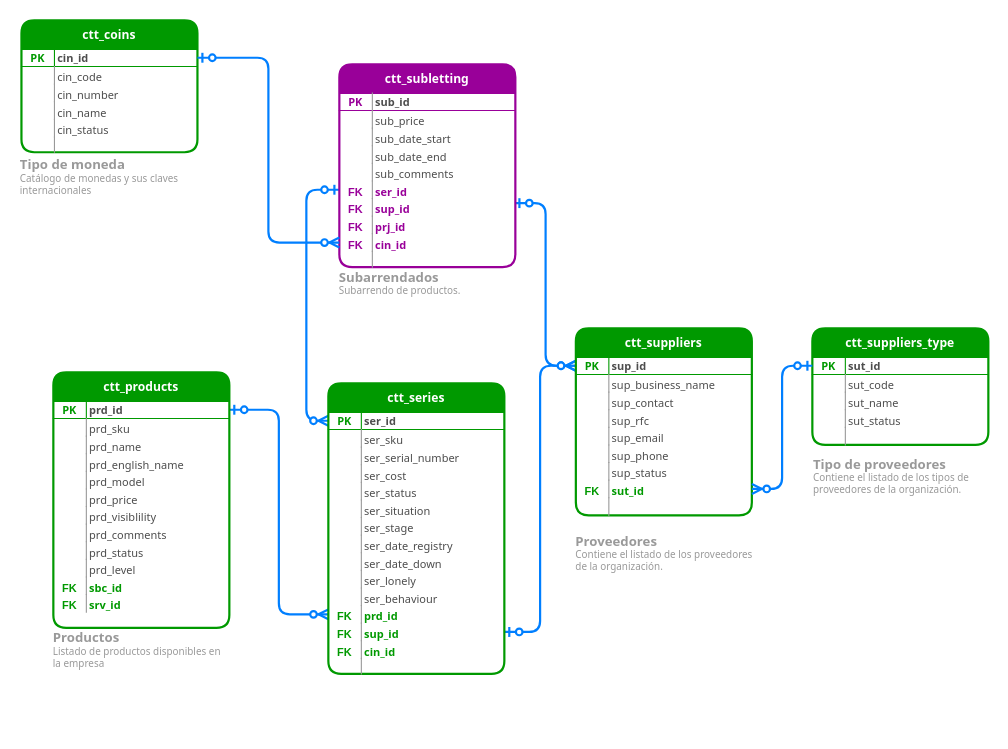
The draw.io diagram page "Subarrendos" (4 of 6) of _desarrollo/archivos_info/CTTRentals entidad relacion.drawio in juarezjorr/TesteoCire, before the edit. Source tidied: cells renumbered, new cells numbered last; positions are measured from the earlier drawing's top-left corner, leaving out a move shared by most shapes. Both pictures are drawn from the tidied source at 110%, with x=0, y=0 at pixel (20, 20).
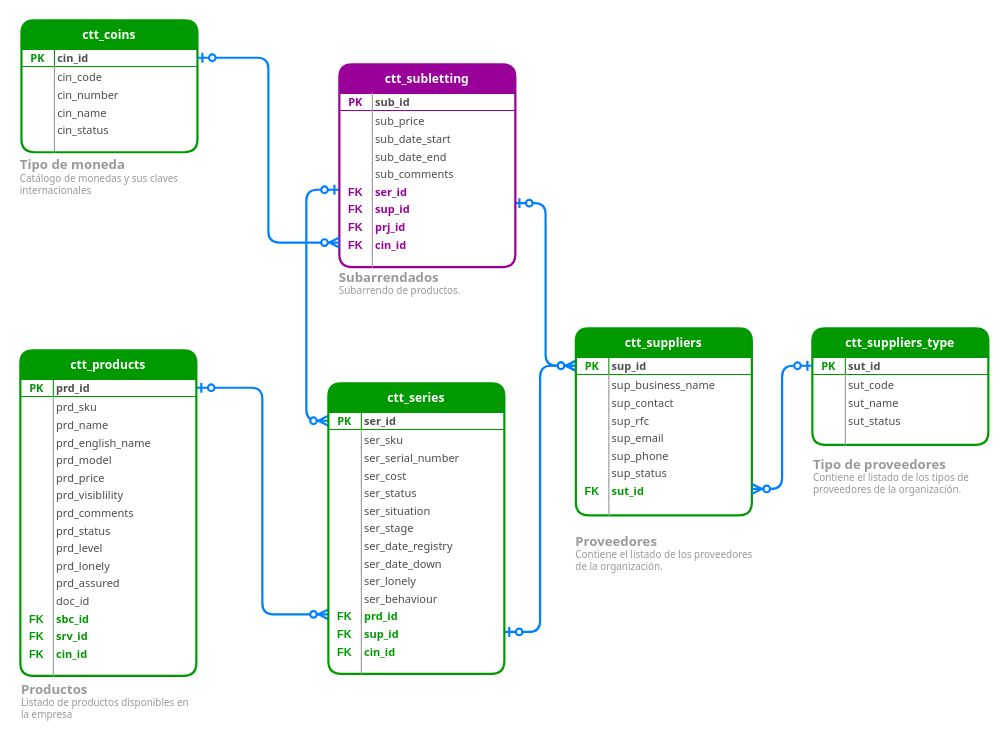
After the change.

The edit, as a diff of the source:
```diff
@@
-    <mxCell id="29" style="group;" parent="1" vertex="1">
-      <mxGeometry x="30" y="320" width="160" height="273.3" as="geometry" />
-    </mxCell>
-    <mxCell id="30" value="&lt;h4&gt;&lt;font style=&quot;line-height: 0%&quot;&gt;&lt;span style=&quot;font-size: 12px&quot;&gt;Productos&lt;br&gt;&lt;/span&gt;&lt;/font&gt;&lt;span style=&quot;font-weight: 400&quot;&gt;Listado de productos disponibles en la empresa&lt;/span&gt;&lt;/h4&gt;" style="text;html=1;strokeColor=none;fillColor=none;spacing=0;spacingTop=-13;whiteSpace=wrap;overflow=hidden;rounded=0;fontFamily=Tahoma;fontSize=9;fontColor=#999999;fontStyle=0;" parent="29" vertex="1">
-      <mxGeometry y="234" width="160" height="39.3" as="geometry" />
-    </mxCell>
-    <mxCell id="31" style="group;" parent="29" vertex="1">
-      <mxGeometry width="160" height="232.3" as="geometry" />
-    </mxCell>
-    <mxCell id="32" value="ctt_products" style="swimlane;fontStyle=1;horizontal=1;startSize=26;swimlaneFillColor=#ffffff;align=center;fontSize=11;strokeWidth=2;rounded=1;fontColor=#FFFFFF;fontFamily=Tahoma;fillColor=#009900;strokeColor=#009900;" parent="31" vertex="1">
-      <mxGeometry width="160" height="232.3" as="geometry" />
-    </mxCell>
-    <mxCell id="33" value="prd_id" style="shape=partialRectangle;top=0;left=0;right=0;bottom=1;align=left;verticalAlign=middle;fillColor=none;spacingLeft=33;spacingRight=0;overflow=hidden;points=[[0,0.5],[1,0.5]];portConstraint=eastwest;fontStyle=1;fontSize=10;fontFamily=Tahoma;strokeColor=#009900;spacing=0;fontColor=#4D4D4D;" parent="31" vertex="1">
-      <mxGeometry y="26" width="160" height="16" as="geometry" />
-    </mxCell>
-    <mxCell id="34" value="PK" style="shape=partialRectangle;top=0;left=0;bottom=0;fillColor=none;align=center;verticalAlign=middle;spacingLeft=0;spacingRight=0;overflow=hidden;fontSize=10;fontFamily=Tahoma;fontStyle=1;strokeColor=#009900;fontColor=#009900;spacing=0;" parent="33" vertex="1">
-      <mxGeometry width="30" height="16" as="geometry" />
-    </mxCell>
-    <mxCell id="35" value="prd_sku" style="shape=partialRectangle;top=0;left=0;right=0;bottom=0;align=left;verticalAlign=top;fillColor=none;spacingLeft=33;spacingRight=0;overflow=hidden;fontSize=10;fontFamily=Tahoma;spacing=0;dashed=1;strokeColor=#80A9E3;fontColor=#4D4D4D;" parent="31" vertex="1">
-      <mxGeometry y="42" width="160" height="16" as="geometry" />
-    </mxCell>
-    <mxCell id="36" style="shape=partialRectangle;top=0;left=0;bottom=0;fillColor=none;align=left;verticalAlign=top;spacingLeft=4;spacingRight=4;overflow=hidden;fontSize=12;strokeColor=#999999;" parent="35" vertex="1">
-      <mxGeometry width="30" height="16" as="geometry" />
-    </mxCell>
-    <mxCell id="37" value="prd_name" style="shape=partialRectangle;top=0;left=0;right=0;bottom=0;align=left;verticalAlign=top;fillColor=none;spacingLeft=33;spacingRight=0;overflow=hidden;fontSize=10;fontFamily=Tahoma;spacing=0;dashed=1;strokeColor=#80A9E3;fontColor=#4D4D4D;" parent="31" vertex="1">
-      <mxGeometry y="58" width="160" height="16" as="geometry" />
-    </mxCell>
-    <mxCell id="38" style="shape=partialRectangle;top=0;left=0;bottom=0;fillColor=none;align=left;verticalAlign=top;spacingLeft=4;spacingRight=4;overflow=hidden;fontSize=12;strokeColor=#999999;" parent="37" vertex="1">
-      <mxGeometry width="30" height="16" as="geometry" />
-    </mxCell>
-    <mxCell id="39" value="prd_english_name" style="shape=partialRectangle;top=0;left=0;right=0;bottom=0;align=left;verticalAlign=top;fillColor=none;spacingLeft=33;spacingRight=0;overflow=hidden;fontSize=10;fontFamily=Tahoma;spacing=0;dashed=1;strokeColor=#80A9E3;fontColor=#4D4D4D;" parent="31" vertex="1">
-      <mxGeometry y="74" width="160" height="16" as="geometry" />
-    </mxCell>
-    <mxCell id="40" style="shape=partialRectangle;top=0;left=0;bottom=0;fillColor=none;align=left;verticalAlign=top;spacingLeft=4;spacingRight=4;overflow=hidden;fontSize=12;strokeColor=#999999;" parent="39" vertex="1">
-      <mxGeometry width="30" height="16" as="geometry" />
-    </mxCell>
-    <mxCell id="41" value="prd_model" style="shape=partialRectangle;top=0;left=0;right=0;bottom=0;align=left;verticalAlign=top;fillColor=none;spacingLeft=33;spacingRight=0;overflow=hidden;fontSize=10;fontFamily=Tahoma;spacing=0;dashed=1;strokeColor=#80A9E3;fontColor=#4D4D4D;" parent="31" vertex="1">
-      <mxGeometry y="90" width="160" height="16" as="geometry" />
-    </mxCell>
-    <mxCell id="42" style="shape=partialRectangle;top=0;left=0;bottom=0;fillColor=none;align=left;verticalAlign=top;spacingLeft=4;spacingRight=4;overflow=hidden;fontSize=12;strokeColor=#999999;" parent="41" vertex="1">
-      <mxGeometry width="30" height="16" as="geometry" />
-    </mxCell>
-    <mxCell id="43" value="prd_price" style="shape=partialRectangle;top=0;left=0;right=0;bottom=0;align=left;verticalAlign=top;fillColor=none;spacingLeft=33;spacingRight=0;overflow=hidden;fontSize=10;fontFamily=Tahoma;spacing=0;dashed=1;strokeColor=#80A9E3;fontColor=#4D4D4D;" parent="31" vertex="1">
-      <mxGeometry y="106" width="160" height="16" as="geometry" />
-    </mxCell>
-    <mxCell id="44" style="shape=partialRectangle;top=0;left=0;bottom=0;fillColor=none;align=left;verticalAlign=top;spacingLeft=4;spacingRight=4;overflow=hidden;fontSize=12;strokeColor=#999999;" parent="43" vertex="1">
-      <mxGeometry width="30" height="16" as="geometry" />
-    </mxCell>
-    <mxCell id="45" value="prd_visiblility" style="shape=partialRectangle;top=0;left=0;right=0;bottom=0;align=left;verticalAlign=top;fillColor=none;spacingLeft=33;spacingRight=0;overflow=hidden;fontSize=10;fontFamily=Tahoma;spacing=0;dashed=1;strokeColor=#80A9E3;fontColor=#4D4D4D;" parent="31" vertex="1">
-      <mxGeometry y="122" width="160" height="16" as="geometry" />
-    </mxCell>
-    <mxCell id="46" style="shape=partialRectangle;top=0;left=0;bottom=0;fillColor=none;align=left;verticalAlign=top;spacingLeft=4;spacingRight=4;overflow=hidden;fontSize=12;strokeColor=#999999;" parent="45" vertex="1">
-      <mxGeometry width="30" height="16" as="geometry" />
-    </mxCell>
-    <mxCell id="47" value="prd_comments" style="shape=partialRectangle;top=0;left=0;right=0;bottom=0;align=left;verticalAlign=top;fillColor=none;spacingLeft=33;spacingRight=0;overflow=hidden;fontSize=10;fontFamily=Tahoma;spacing=0;dashed=1;strokeColor=#80A9E3;fontColor=#4D4D4D;" parent="31" vertex="1">
-      <mxGeometry y="138" width="160" height="16" as="geometry" />
-    </mxCell>
-    <mxCell id="48" style="shape=partialRectangle;top=0;left=0;bottom=0;fillColor=none;align=left;verticalAlign=top;spacingLeft=4;spacingRight=4;overflow=hidden;fontSize=12;strokeColor=#999999;" parent="47" vertex="1">
-      <mxGeometry width="30" height="16" as="geometry" />
-    </mxCell>
-    <mxCell id="49" value="prd_status" style="shape=partialRectangle;top=0;left=0;right=0;bottom=0;align=left;verticalAlign=top;fillColor=none;spacingLeft=33;spacingRight=0;overflow=hidden;fontSize=10;fontFamily=Tahoma;spacing=0;dashed=1;strokeColor=#80A9E3;fontColor=#4D4D4D;" parent="31" vertex="1">
-      <mxGeometry y="154" width="160" height="16" as="geometry" />
-    </mxCell>
-    <mxCell id="50" style="shape=partialRectangle;top=0;left=0;bottom=0;fillColor=none;align=left;verticalAlign=top;spacingLeft=4;spacingRight=4;overflow=hidden;fontSize=12;strokeColor=#999999;" parent="49" vertex="1">
-      <mxGeometry width="30" height="16" as="geometry" />
-    </mxCell>
-    <mxCell id="51" value="prd_level" style="shape=partialRectangle;top=0;left=0;right=0;bottom=0;align=left;verticalAlign=top;fillColor=none;spacingLeft=33;spacingRight=0;overflow=hidden;fontSize=10;fontFamily=Tahoma;spacing=0;dashed=1;strokeColor=#80A9E3;fontColor=#4D4D4D;" parent="31" vertex="1">
-      <mxGeometry y="170" width="160" height="16" as="geometry" />
-    </mxCell>
-    <mxCell id="52" style="shape=partialRectangle;top=0;left=0;bottom=0;fillColor=none;align=left;verticalAlign=top;spacingLeft=4;spacingRight=4;overflow=hidden;fontSize=12;strokeColor=#999999;" parent="51" vertex="1">
-      <mxGeometry width="30" height="16" as="geometry" />
-    </mxCell>
-    <mxCell id="53" value="sbc_id" style="shape=partialRectangle;top=0;left=0;right=0;bottom=0;align=left;verticalAlign=top;fillColor=none;spacingLeft=33;spacingRight=0;overflow=hidden;fontSize=10;fontFamily=Tahoma;spacing=0;fontStyle=1;fontColor=#009900;" parent="31" vertex="1">
-      <mxGeometry y="186" width="160" height="16" as="geometry" />
-    </mxCell>
-    <mxCell id="54" value="FK" style="shape=partialRectangle;top=0;left=0;bottom=0;fillColor=none;align=center;verticalAlign=top;spacingLeft=0;spacingRight=0;overflow=hidden;fontSize=10;fontStyle=1;strokeColor=#999999;fontColor=#009900;spacing=0;" parent="53" vertex="1">
-      <mxGeometry width="30" height="16" as="geometry" />
-    </mxCell>
-    <mxCell id="55" value="srv_id" style="shape=partialRectangle;top=0;left=0;right=0;bottom=0;align=left;verticalAlign=top;fillColor=none;spacingLeft=33;spacingRight=0;overflow=hidden;fontSize=10;fontFamily=Tahoma;spacing=0;fontStyle=1;fontColor=#009900;" parent="31" vertex="1">
-      <mxGeometry y="202" width="160" height="16" as="geometry" />
-    </mxCell>
-    <mxCell id="56" value="FK" style="shape=partialRectangle;top=0;left=0;bottom=0;fillColor=none;align=center;verticalAlign=top;spacingLeft=0;spacingRight=0;overflow=hidden;fontSize=10;fontStyle=1;strokeColor=#999999;fontColor=#009900;spacing=0;" parent="55" vertex="1">
-      <mxGeometry width="30" height="16" as="geometry" />
-    </mxCell>
@@
+    <mxCell id="139" style="group;" parent="1" vertex="1">
+      <mxGeometry y="300" width="160.5" height="340.3" as="geometry" />
+    </mxCell>
+    <mxCell id="30" value="&lt;h4&gt;&lt;font style=&quot;line-height: 0%&quot;&gt;&lt;span style=&quot;font-size: 12px&quot;&gt;Productos&lt;br&gt;&lt;/span&gt;&lt;/font&gt;&lt;span style=&quot;font-weight: 400&quot;&gt;Listado de productos disponibles en la empresa&lt;/span&gt;&lt;/h4&gt;" style="text;html=1;strokeColor=none;fillColor=none;spacing=0;spacingTop=-13;whiteSpace=wrap;overflow=hidden;rounded=0;fontFamily=Tahoma;fontSize=9;fontColor=#999999;fontStyle=0;" parent="139" vertex="1">
+      <mxGeometry x="0.5" y="301" width="160" height="39.3" as="geometry" />
+    </mxCell>
+    <mxCell id="32" value="ctt_products" style="swimlane;fontStyle=1;horizontal=1;startSize=26;swimlaneFillColor=#ffffff;align=center;fontSize=11;strokeWidth=2;rounded=1;fontColor=#FFFFFF;fontFamily=Tahoma;fillColor=#009900;strokeColor=#009900;" parent="139" vertex="1">
+      <mxGeometry width="160" height="295.9" as="geometry" />
+    </mxCell>
+    <mxCell id="33" value="prd_id" style="shape=partialRectangle;top=0;left=0;right=0;bottom=1;align=left;verticalAlign=middle;fillColor=none;spacingLeft=33;spacingRight=0;overflow=hidden;points=[[0,0.5],[1,0.5]];portConstraint=eastwest;fontStyle=1;fontSize=10;fontFamily=Tahoma;strokeColor=#009900;spacing=0;fontColor=#4D4D4D;" parent="32" vertex="1">
+      <mxGeometry y="26" width="160" height="16" as="geometry" />
+    </mxCell>
+    <mxCell id="34" value="PK" style="shape=partialRectangle;top=0;left=0;bottom=0;fillColor=none;align=center;verticalAlign=middle;spacingLeft=0;spacingRight=0;overflow=hidden;fontSize=10;fontFamily=Tahoma;fontStyle=1;strokeColor=#009900;fontColor=#009900;spacing=0;" parent="33" vertex="1">
+      <mxGeometry width="30" height="16" as="geometry" />
+    </mxCell>
+    <mxCell id="35" value="prd_sku" style="shape=partialRectangle;top=0;left=0;right=0;bottom=0;align=left;verticalAlign=top;fillColor=none;spacingLeft=33;spacingRight=0;overflow=hidden;fontSize=10;fontFamily=Tahoma;spacing=0;dashed=1;strokeColor=#80A9E3;fontColor=#4D4D4D;" parent="32" vertex="1">
+      <mxGeometry y="42" width="160" height="16" as="geometry" />
+    </mxCell>
+    <mxCell id="140" style="shape=partialRectangle;top=0;left=0;bottom=0;fillColor=none;align=left;verticalAlign=top;spacingLeft=4;spacingRight=4;overflow=hidden;fontSize=12;strokeColor=#999999;" parent="35" vertex="1">
+      <mxGeometry width="30" height="16" as="geometry" />
+    </mxCell>
+    <mxCell id="37" value="prd_name" style="shape=partialRectangle;top=0;left=0;right=0;bottom=0;align=left;verticalAlign=top;fillColor=none;spacingLeft=33;spacingRight=0;overflow=hidden;fontSize=10;fontFamily=Tahoma;spacing=0;dashed=1;strokeColor=#80A9E3;fontColor=#4D4D4D;" parent="32" vertex="1">
+      <mxGeometry y="58" width="160" height="16" as="geometry" />
+    </mxCell>
+    <mxCell id="141" style="shape=partialRectangle;top=0;left=0;bottom=0;fillColor=none;align=left;verticalAlign=top;spacingLeft=4;spacingRight=4;overflow=hidden;fontSize=12;strokeColor=#999999;" parent="37" vertex="1">
+      <mxGeometry width="30" height="16" as="geometry" />
+    </mxCell>
+    <mxCell id="39" value="prd_english_name" style="shape=partialRectangle;top=0;left=0;right=0;bottom=0;align=left;verticalAlign=top;fillColor=none;spacingLeft=33;spacingRight=0;overflow=hidden;fontSize=10;fontFamily=Tahoma;spacing=0;dashed=1;strokeColor=#80A9E3;fontColor=#4D4D4D;" parent="32" vertex="1">
+      <mxGeometry y="74" width="160" height="16" as="geometry" />
+    </mxCell>
+    <mxCell id="142" style="shape=partialRectangle;top=0;left=0;bottom=0;fillColor=none;align=left;verticalAlign=top;spacingLeft=4;spacingRight=4;overflow=hidden;fontSize=12;strokeColor=#999999;" parent="39" vertex="1">
+      <mxGeometry width="30" height="16" as="geometry" />
+    </mxCell>
+    <mxCell id="41" value="prd_model" style="shape=partialRectangle;top=0;left=0;right=0;bottom=0;align=left;verticalAlign=top;fillColor=none;spacingLeft=33;spacingRight=0;overflow=hidden;fontSize=10;fontFamily=Tahoma;spacing=0;dashed=1;strokeColor=#80A9E3;fontColor=#4D4D4D;" parent="32" vertex="1">
+      <mxGeometry y="90" width="160" height="16" as="geometry" />
+    </mxCell>
+    <mxCell id="143" style="shape=partialRectangle;top=0;left=0;bottom=0;fillColor=none;align=left;verticalAlign=top;spacingLeft=4;spacingRight=4;overflow=hidden;fontSize=12;strokeColor=#999999;" parent="41" vertex="1">
+      <mxGeometry width="30" height="16" as="geometry" />
+    </mxCell>
+    <mxCell id="43" value="prd_price" style="shape=partialRectangle;top=0;left=0;right=0;bottom=0;align=left;verticalAlign=top;fillColor=none;spacingLeft=33;spacingRight=0;overflow=hidden;fontSize=10;fontFamily=Tahoma;spacing=0;dashed=1;strokeColor=#80A9E3;fontColor=#4D4D4D;" parent="32" vertex="1">
+      <mxGeometry y="106" width="160" height="16" as="geometry" />
+    </mxCell>
+    <mxCell id="144" style="shape=partialRectangle;top=0;left=0;bottom=0;fillColor=none;align=left;verticalAlign=top;spacingLeft=4;spacingRight=4;overflow=hidden;fontSize=12;strokeColor=#999999;" parent="43" vertex="1">
+      <mxGeometry width="30" height="16" as="geometry" />
+    </mxCell>
+    <mxCell id="45" value="prd_visiblility" style="shape=partialRectangle;top=0;left=0;right=0;bottom=0;align=left;verticalAlign=top;fillColor=none;spacingLeft=33;spacingRight=0;overflow=hidden;fontSize=10;fontFamily=Tahoma;spacing=0;dashed=1;strokeColor=#80A9E3;fontColor=#4D4D4D;" parent="32" vertex="1">
+      <mxGeometry y="122" width="160" height="16" as="geometry" />
+    </mxCell>
+    <mxCell id="145" style="shape=partialRectangle;top=0;left=0;bottom=0;fillColor=none;align=left;verticalAlign=top;spacingLeft=4;spacingRight=4;overflow=hidden;fontSize=12;strokeColor=#999999;" parent="45" vertex="1">
+      <mxGeometry width="30" height="16" as="geometry" />
+    </mxCell>
+    <mxCell id="47" value="prd_comments" style="shape=partialRectangle;top=0;left=0;right=0;bottom=0;align=left;verticalAlign=top;fillColor=none;spacingLeft=33;spacingRight=0;overflow=hidden;fontSize=10;fontFamily=Tahoma;spacing=0;dashed=1;strokeColor=#80A9E3;fontColor=#4D4D4D;" parent="32" vertex="1">
+      <mxGeometry y="138" width="160" height="16" as="geometry" />
+    </mxCell>
+    <mxCell id="146" style="shape=partialRectangle;top=0;left=0;bottom=0;fillColor=none;align=left;verticalAlign=top;spacingLeft=4;spacingRight=4;overflow=hidden;fontSize=12;strokeColor=#999999;" parent="47" vertex="1">
+      <mxGeometry width="30" height="16" as="geometry" />
+    </mxCell>
+    <mxCell id="49" value="prd_status" style="shape=partialRectangle;top=0;left=0;right=0;bottom=0;align=left;verticalAlign=top;fillColor=none;spacingLeft=33;spacingRight=0;overflow=hidden;fontSize=10;fontFamily=Tahoma;spacing=0;dashed=1;strokeColor=#80A9E3;fontColor=#4D4D4D;" parent="32" vertex="1">
+      <mxGeometry y="154" width="160" height="16" as="geometry" />
+    </mxCell>
+    <mxCell id="147" style="shape=partialRectangle;top=0;left=0;bottom=0;fillColor=none;align=left;verticalAlign=top;spacingLeft=4;spacingRight=4;overflow=hidden;fontSize=12;strokeColor=#999999;" parent="49" vertex="1">
+      <mxGeometry width="30" height="16" as="geometry" />
+    </mxCell>
+    <mxCell id="51" value="prd_level" style="shape=partialRectangle;top=0;left=0;right=0;bottom=0;align=left;verticalAlign=top;fillColor=none;spacingLeft=33;spacingRight=0;overflow=hidden;fontSize=10;fontFamily=Tahoma;spacing=0;dashed=1;strokeColor=#80A9E3;fontColor=#4D4D4D;" parent="32" vertex="1">
+      <mxGeometry y="170" width="160" height="16" as="geometry" />
+    </mxCell>
+    <mxCell id="148" style="shape=partialRectangle;top=0;left=0;bottom=0;fillColor=none;align=left;verticalAlign=top;spacingLeft=4;spacingRight=4;overflow=hidden;fontSize=12;strokeColor=#999999;" parent="51" vertex="1">
+      <mxGeometry width="30" height="16" as="geometry" />
+    </mxCell>
+    <mxCell id="149" value="prd_lonely" style="shape=partialRectangle;top=0;left=0;right=0;bottom=0;align=left;verticalAlign=top;fillColor=none;spacingLeft=33;spacingRight=0;overflow=hidden;fontSize=10;fontFamily=Tahoma;spacing=0;dashed=1;strokeColor=#80A9E3;fontColor=#4D4D4D;" parent="32" vertex="1">
+      <mxGeometry y="186" width="160" height="16" as="geometry" />
+    </mxCell>
+    <mxCell id="150" style="shape=partialRectangle;top=0;left=0;bottom=0;fillColor=none;align=left;verticalAlign=top;spacingLeft=4;spacingRight=4;overflow=hidden;fontSize=12;strokeColor=#999999;" parent="149" vertex="1">
+      <mxGeometry width="30" height="16" as="geometry" />
+    </mxCell>
+    <mxCell id="151" value="prd_assured" style="shape=partialRectangle;top=0;left=0;right=0;bottom=0;align=left;verticalAlign=top;fillColor=none;spacingLeft=33;spacingRight=0;overflow=hidden;fontSize=10;fontFamily=Tahoma;spacing=0;dashed=1;strokeColor=#80A9E3;fontColor=#4D4D4D;" parent="32" vertex="1">
+      <mxGeometry y="202" width="160" height="16" as="geometry" />
+    </mxCell>
+    <mxCell id="152" style="shape=partialRectangle;top=0;left=0;bottom=0;fillColor=none;align=left;verticalAlign=top;spacingLeft=4;spacingRight=4;overflow=hidden;fontSize=12;strokeColor=#999999;" parent="151" vertex="1">
+      <mxGeometry width="30" height="16" as="geometry" />
+    </mxCell>
+    <mxCell id="153" value="doc_id" style="shape=partialRectangle;top=0;left=0;right=0;bottom=0;align=left;verticalAlign=top;fillColor=none;spacingLeft=33;spacingRight=0;overflow=hidden;fontSize=10;fontFamily=Tahoma;spacing=0;dashed=1;strokeColor=#80A9E3;fontColor=#4D4D4D;" parent="32" vertex="1">
+      <mxGeometry y="218" width="160" height="16" as="geometry" />
+    </mxCell>
+    <mxCell id="154" style="shape=partialRectangle;top=0;left=0;bottom=0;fillColor=none;align=left;verticalAlign=top;spacingLeft=4;spacingRight=4;overflow=hidden;fontSize=12;strokeColor=#999999;" parent="153" vertex="1">
+      <mxGeometry width="30" height="16" as="geometry" />
+    </mxCell>
+    <mxCell id="53" value="sbc_id" style="shape=partialRectangle;top=0;left=0;right=0;bottom=0;align=left;verticalAlign=top;fillColor=none;spacingLeft=33;spacingRight=0;overflow=hidden;fontSize=10;fontFamily=Tahoma;spacing=0;fontStyle=1;fontColor=#009900;" parent="32" vertex="1">
+      <mxGeometry y="234" width="160" height="16" as="geometry" />
+    </mxCell>
+    <mxCell id="155" value="FK" style="shape=partialRectangle;top=0;left=0;bottom=0;fillColor=none;align=center;verticalAlign=top;spacingLeft=0;spacingRight=0;overflow=hidden;fontSize=10;fontStyle=1;strokeColor=#999999;fontColor=#009900;spacing=0;" parent="53" vertex="1">
+      <mxGeometry width="30" height="16" as="geometry" />
+    </mxCell>
+    <mxCell id="55" value="srv_id" style="shape=partialRectangle;top=0;left=0;right=0;bottom=0;align=left;verticalAlign=top;fillColor=none;spacingLeft=33;spacingRight=0;overflow=hidden;fontSize=10;fontFamily=Tahoma;spacing=0;fontStyle=1;fontColor=#009900;" parent="32" vertex="1">
+      <mxGeometry y="250" width="160" height="16" as="geometry" />
+    </mxCell>
+    <mxCell id="156" value="FK" style="shape=partialRectangle;top=0;left=0;bottom=0;fillColor=none;align=center;verticalAlign=top;spacingLeft=0;spacingRight=0;overflow=hidden;fontSize=10;fontStyle=1;strokeColor=#999999;fontColor=#009900;spacing=0;" parent="55" vertex="1">
+      <mxGeometry width="30" height="16" as="geometry" />
+    </mxCell>
+    <mxCell id="157" value="cin_id" style="shape=partialRectangle;top=0;left=0;right=0;bottom=0;align=left;verticalAlign=top;fillColor=none;spacingLeft=33;spacingRight=0;overflow=hidden;fontSize=10;fontFamily=Tahoma;spacing=0;fontStyle=1;fontColor=#009900;" parent="32" vertex="1">
+      <mxGeometry y="266" width="160" height="16" as="geometry" />
+    </mxCell>
+    <mxCell id="158" value="FK" style="shape=partialRectangle;top=0;left=0;bottom=0;fillColor=none;align=center;verticalAlign=top;spacingLeft=0;spacingRight=0;overflow=hidden;fontSize=10;fontStyle=1;strokeColor=#999999;fontColor=#009900;spacing=0;" parent="157" vertex="1">
+      <mxGeometry width="30" height="16" as="geometry" />
+    </mxCell>
+    <mxCell id="159" style="shape=partialRectangle;top=0;left=0;right=0;bottom=0;align=left;verticalAlign=top;fillColor=none;spacingLeft=33;spacingRight=3;overflow=hidden;fontSize=10;fontFamily=Tahoma;spacing=2;" parent="32" vertex="1">
+      <mxGeometry y="282" width="160" height="13.9" as="geometry" />
+    </mxCell>
+    <mxCell id="160" style="shape=partialRectangle;top=0;left=0;bottom=0;fillColor=none;align=left;verticalAlign=top;spacingLeft=4;spacingRight=4;overflow=hidden;fontSize=12;strokeColor=#999999;" parent="159" vertex="1">
+      <mxGeometry width="30" height="13.9" as="geometry" />
+    </mxCell>
```
